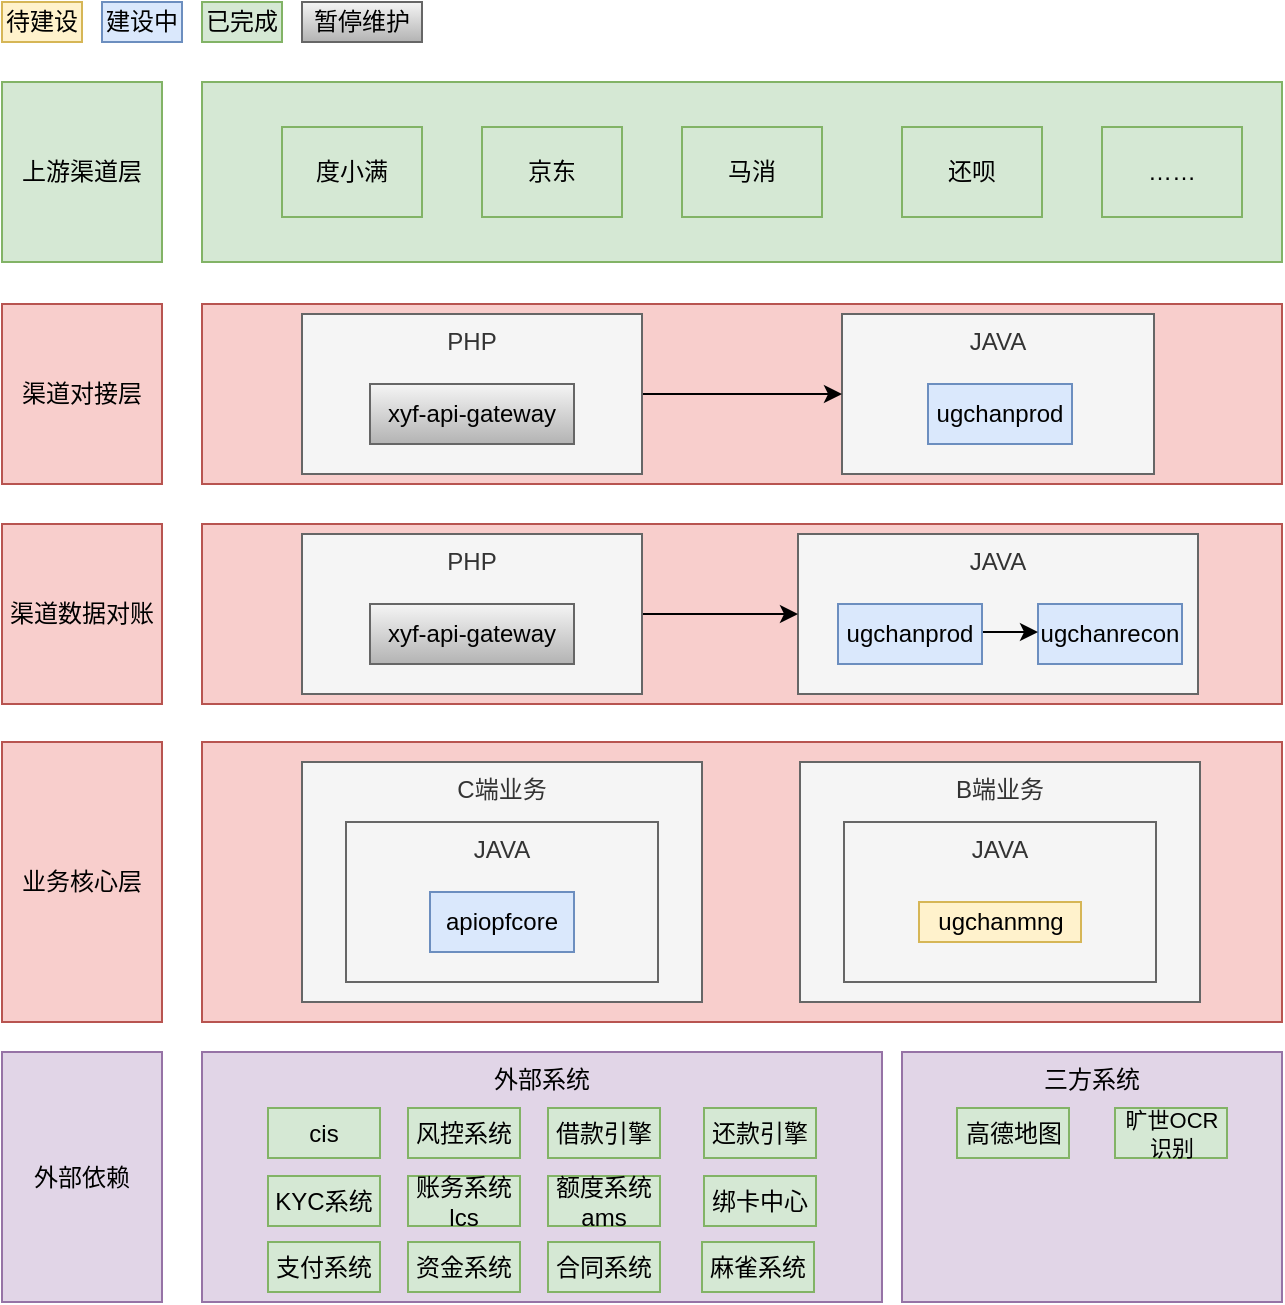
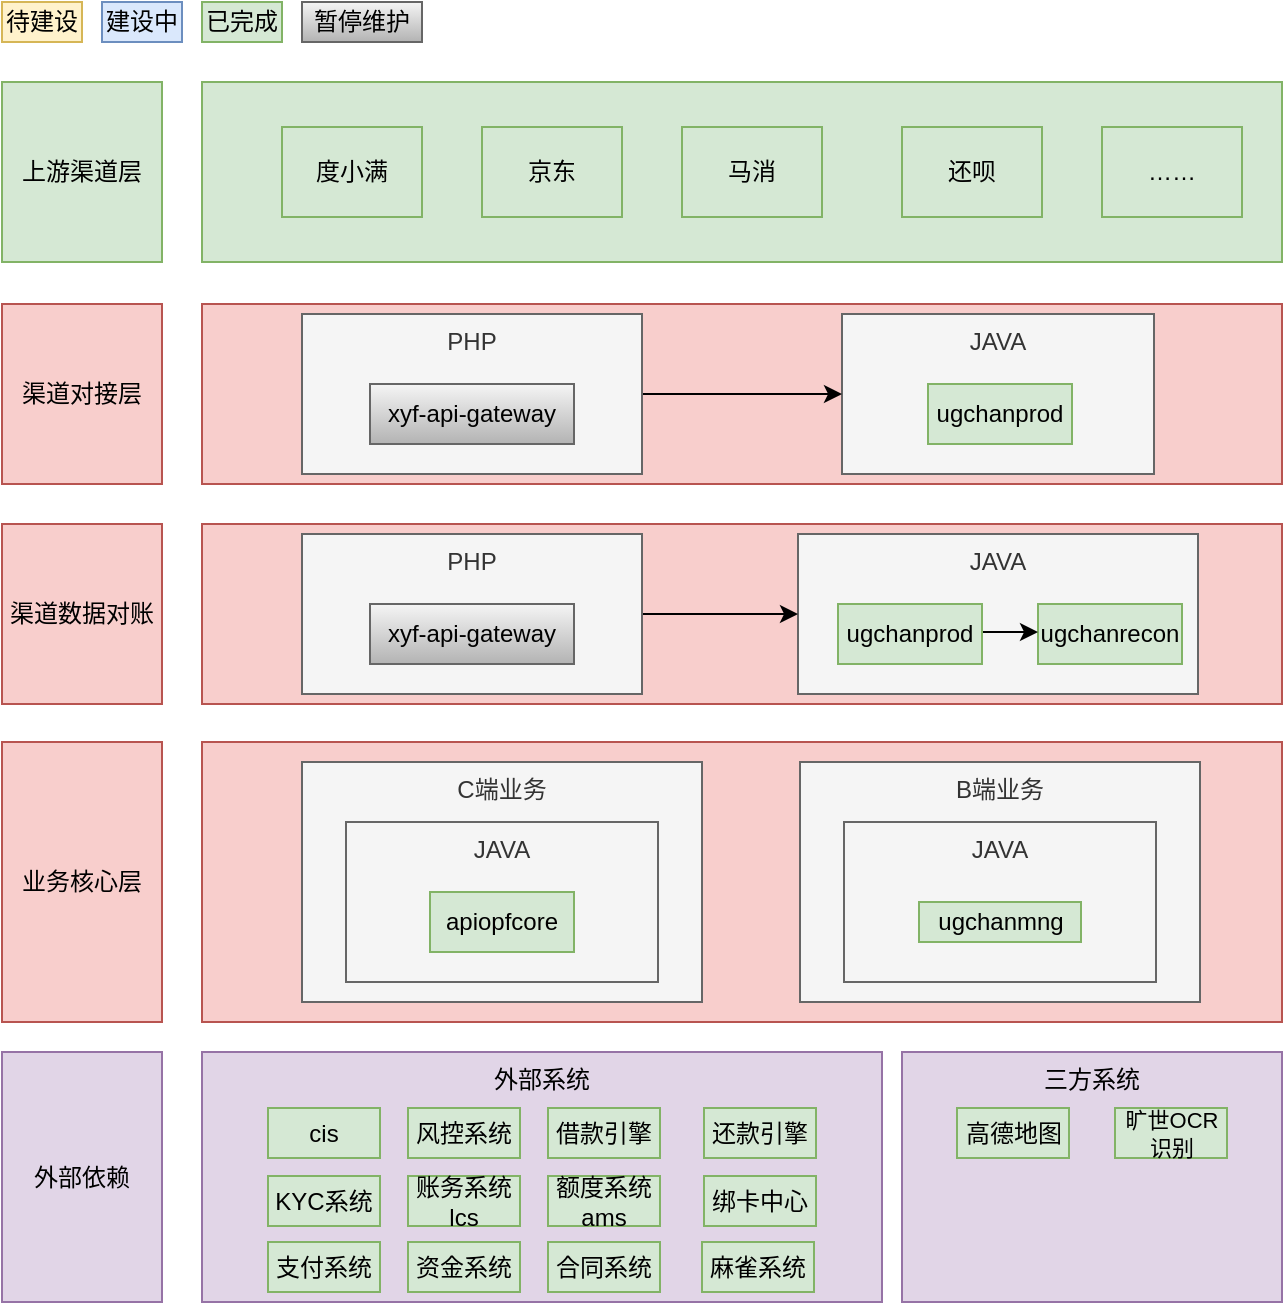
<mxfile host="app.diagrams.net" agent="Mozilla/5.0 (Macintosh; Intel Mac OS X 10_15_7) AppleWebKit/537.36 (KHTML, like Gecko) Chrome/131.0.0.0 Safari/537.36 Edg/131.0.0.0">
  <diagram id="prtHgNgQTEPvFCAcTncT" name="Page-1">
    <mxGraphModel dx="1713" dy="1105" grid="1" gridSize="10" guides="1" tooltips="1" connect="1" arrows="1" fold="1" page="1" pageScale="1" pageWidth="827" pageHeight="1169" math="0" shadow="0">
      <root>
        <mxCell id="0" />
        <mxCell id="1" parent="0" />
        <mxCell id="XHcRj8FyIUyCIuukIsDU-2" parent="1" style="rounded=0;whiteSpace=wrap;html=1;labelBackgroundColor=none;fillColor=#d5e8d4;strokeColor=#82b366;" value="上游渠道层" vertex="1">
          <mxGeometry height="90" width="80" x="70" y="100" as="geometry" />
        </mxCell>
        <mxCell id="XHcRj8FyIUyCIuukIsDU-3" parent="1" style="rounded=0;whiteSpace=wrap;html=1;labelBackgroundColor=none;fillColor=#d5e8d4;strokeColor=#82b366;" value="" vertex="1">
          <mxGeometry height="90" width="540" x="170" y="100" as="geometry" />
        </mxCell>
        <mxCell id="XHcRj8FyIUyCIuukIsDU-4" parent="1" style="rounded=0;whiteSpace=wrap;html=1;labelBackgroundColor=none;fillColor=#d5e8d4;strokeColor=#82b366;" value="度小满" vertex="1">
          <mxGeometry height="45" width="70" x="210" y="122.5" as="geometry" />
        </mxCell>
        <mxCell id="XHcRj8FyIUyCIuukIsDU-5" parent="1" style="rounded=0;whiteSpace=wrap;html=1;labelBackgroundColor=none;fillColor=#d5e8d4;strokeColor=#82b366;" value="京东" vertex="1">
          <mxGeometry height="45" width="70" x="310" y="122.5" as="geometry" />
        </mxCell>
        <mxCell id="XHcRj8FyIUyCIuukIsDU-6" parent="1" style="rounded=0;whiteSpace=wrap;html=1;labelBackgroundColor=none;fillColor=#d5e8d4;strokeColor=#82b366;" value="马消" vertex="1">
          <mxGeometry height="45" width="70" x="410" y="122.5" as="geometry" />
        </mxCell>
        <mxCell id="XHcRj8FyIUyCIuukIsDU-7" parent="1" style="rounded=0;whiteSpace=wrap;html=1;labelBackgroundColor=none;fillColor=#d5e8d4;strokeColor=#82b366;" value="还呗" vertex="1">
          <mxGeometry height="45" width="70" x="520" y="122.5" as="geometry" />
        </mxCell>
        <mxCell id="XHcRj8FyIUyCIuukIsDU-8" parent="1" style="rounded=0;whiteSpace=wrap;html=1;labelBackgroundColor=none;fillColor=#d5e8d4;strokeColor=#82b366;" value="……" vertex="1">
          <mxGeometry height="45" width="70" x="620" y="122.5" as="geometry" />
        </mxCell>
        <mxCell id="XHcRj8FyIUyCIuukIsDU-9" parent="1" style="rounded=0;whiteSpace=wrap;html=1;labelBackgroundColor=none;fillColor=#f8cecc;strokeColor=#b85450;" value="渠道对接层" vertex="1">
          <mxGeometry height="90" width="80" x="70" y="211" as="geometry" />
        </mxCell>
        <mxCell id="XHcRj8FyIUyCIuukIsDU-10" parent="1" style="rounded=0;whiteSpace=wrap;html=1;labelBackgroundColor=none;fillColor=#f8cecc;strokeColor=#b85450;" value="" vertex="1">
          <mxGeometry height="90" width="540" x="170" y="211" as="geometry" />
        </mxCell>
        <mxCell id="XHcRj8FyIUyCIuukIsDU-11" parent="1" style="rounded=0;whiteSpace=wrap;html=1;verticalAlign=top;labelBackgroundColor=none;fillColor=#f5f5f5;fontColor=#333333;strokeColor=#666666;" value="JAVA" vertex="1">
          <mxGeometry height="80" width="156" x="490" y="216" as="geometry" />
        </mxCell>
-         <mxCell id="XHcRj8FyIUyCIuukIsDU-12" parent="1" style="text;html=1;align=center;verticalAlign=middle;whiteSpace=wrap;rounded=0;labelBackgroundColor=none;fillColor=#dae8fc;strokeColor=#6c8ebf;" value="ugchanprod" vertex="1">
+         <mxCell id="XHcRj8FyIUyCIuukIsDU-12" parent="1" style="text;html=1;align=center;verticalAlign=middle;whiteSpace=wrap;rounded=0;labelBackgroundColor=none;fillColor=#d5e8d4;strokeColor=#82b366;" value="ugchanprod" vertex="1">
          <mxGeometry height="30" width="72" x="533" y="251" as="geometry" />
        </mxCell>
        <mxCell id="XHcRj8FyIUyCIuukIsDU-21" edge="1" parent="1" source="XHcRj8FyIUyCIuukIsDU-13" style="edgeStyle=orthogonalEdgeStyle;rounded=0;orthogonalLoop=1;jettySize=auto;html=1;" target="XHcRj8FyIUyCIuukIsDU-11">
          <mxGeometry relative="1" as="geometry" />
        </mxCell>
        <mxCell id="XHcRj8FyIUyCIuukIsDU-13" parent="1" style="rounded=0;whiteSpace=wrap;html=1;verticalAlign=top;labelBackgroundColor=none;fillColor=#f5f5f5;fontColor=#333333;strokeColor=#666666;" value="PHP" vertex="1">
          <mxGeometry height="80" width="170" x="220" y="216" as="geometry" />
        </mxCell>
        <mxCell id="XHcRj8FyIUyCIuukIsDU-14" parent="1" style="text;html=1;align=center;verticalAlign=middle;whiteSpace=wrap;rounded=0;labelBackgroundColor=none;fillColor=#f5f5f5;gradientColor=#b3b3b3;strokeColor=#666666;" value="xyf-api-gateway" vertex="1">
          <mxGeometry height="30" width="102" x="254" y="251" as="geometry" />
        </mxCell>
        <mxCell id="XHcRj8FyIUyCIuukIsDU-15" parent="1" style="rounded=0;whiteSpace=wrap;html=1;fillColor=#fff2cc;strokeColor=#d6b656;" value="待建设" vertex="1">
          <mxGeometry height="20" width="40" x="70" y="60" as="geometry" />
        </mxCell>
        <mxCell id="XHcRj8FyIUyCIuukIsDU-16" parent="1" style="rounded=0;whiteSpace=wrap;html=1;fillColor=#dae8fc;strokeColor=#6c8ebf;" value="建设中" vertex="1">
          <mxGeometry height="20" width="40" x="120" y="60" as="geometry" />
        </mxCell>
        <mxCell id="XHcRj8FyIUyCIuukIsDU-17" parent="1" style="rounded=0;whiteSpace=wrap;html=1;fillColor=#d5e8d4;strokeColor=#82b366;" value="已完成" vertex="1">
          <mxGeometry height="20" width="40" x="170" y="60" as="geometry" />
        </mxCell>
        <mxCell id="XHcRj8FyIUyCIuukIsDU-18" parent="1" style="rounded=0;whiteSpace=wrap;html=1;fillColor=#f5f5f5;strokeColor=#666666;gradientColor=#b3b3b3;" value="暂停维护" vertex="1">
          <mxGeometry height="20" width="60" x="220" y="60" as="geometry" />
        </mxCell>
        <mxCell id="v9PM_FaOoYrTA3S6MkpD-1" parent="1" style="rounded=0;whiteSpace=wrap;html=1;labelBackgroundColor=none;fillColor=#f8cecc;strokeColor=#b85450;" value="渠道数据对账" vertex="1">
          <mxGeometry height="90" width="80" x="70" y="321" as="geometry" />
        </mxCell>
        <mxCell id="v9PM_FaOoYrTA3S6MkpD-2" parent="1" style="rounded=0;whiteSpace=wrap;html=1;labelBackgroundColor=none;fillColor=#f8cecc;strokeColor=#b85450;" value="" vertex="1">
          <mxGeometry height="90" width="540" x="170" y="321" as="geometry" />
        </mxCell>
        <mxCell id="v9PM_FaOoYrTA3S6MkpD-3" parent="1" style="rounded=0;whiteSpace=wrap;html=1;verticalAlign=top;labelBackgroundColor=none;fillColor=#f5f5f5;fontColor=#333333;strokeColor=#666666;" value="JAVA" vertex="1">
          <mxGeometry height="80" width="200" x="468" y="326" as="geometry" />
        </mxCell>
-         <mxCell id="v9PM_FaOoYrTA3S6MkpD-4" parent="1" style="text;html=1;align=center;verticalAlign=middle;whiteSpace=wrap;rounded=0;labelBackgroundColor=none;fillColor=#dae8fc;strokeColor=#6c8ebf;" value="ugchanrecon" vertex="1">
+         <mxCell id="v9PM_FaOoYrTA3S6MkpD-4" parent="1" style="text;html=1;align=center;verticalAlign=middle;whiteSpace=wrap;rounded=0;labelBackgroundColor=none;fillColor=#d5e8d4;strokeColor=#82b366;" value="ugchanrecon" vertex="1">
          <mxGeometry height="30" width="72" x="588" y="361" as="geometry" />
        </mxCell>
        <mxCell id="v9PM_FaOoYrTA3S6MkpD-5" edge="1" parent="1" source="v9PM_FaOoYrTA3S6MkpD-6" style="edgeStyle=orthogonalEdgeStyle;rounded=0;orthogonalLoop=1;jettySize=auto;html=1;" target="v9PM_FaOoYrTA3S6MkpD-3">
          <mxGeometry relative="1" as="geometry" />
        </mxCell>
        <mxCell id="v9PM_FaOoYrTA3S6MkpD-6" parent="1" style="rounded=0;whiteSpace=wrap;html=1;verticalAlign=top;labelBackgroundColor=none;fillColor=#f5f5f5;fontColor=#333333;strokeColor=#666666;" value="PHP" vertex="1">
          <mxGeometry height="80" width="170" x="220" y="326" as="geometry" />
        </mxCell>
        <mxCell id="v9PM_FaOoYrTA3S6MkpD-7" parent="1" style="text;html=1;align=center;verticalAlign=middle;whiteSpace=wrap;rounded=0;labelBackgroundColor=none;fillColor=#f5f5f5;gradientColor=#b3b3b3;strokeColor=#666666;" value="xyf-api-gateway" vertex="1">
          <mxGeometry height="30" width="102" x="254" y="361" as="geometry" />
        </mxCell>
        <mxCell id="v9PM_FaOoYrTA3S6MkpD-10" edge="1" parent="1" style="edgeStyle=orthogonalEdgeStyle;rounded=0;orthogonalLoop=1;jettySize=auto;html=1;entryX=0;entryY=0.5;entryDx=0;entryDy=0;">
          <mxGeometry relative="1" as="geometry">
            <mxPoint x="559.9999999999991" y="375" as="sourcePoint" />
            <mxPoint x="588" y="375" as="targetPoint" />
          </mxGeometry>
        </mxCell>
-         <mxCell id="v9PM_FaOoYrTA3S6MkpD-8" parent="1" style="text;html=1;align=center;verticalAlign=middle;whiteSpace=wrap;rounded=0;labelBackgroundColor=none;fillColor=#dae8fc;strokeColor=#6c8ebf;" value="ugchanprod" vertex="1">
+         <mxCell id="v9PM_FaOoYrTA3S6MkpD-8" parent="1" style="text;html=1;align=center;verticalAlign=middle;whiteSpace=wrap;rounded=0;labelBackgroundColor=none;fillColor=#d5e8d4;strokeColor=#82b366;" value="ugchanprod" vertex="1">
          <mxGeometry height="30" width="72" x="488" y="361" as="geometry" />
        </mxCell>
        <mxCell id="v9PM_FaOoYrTA3S6MkpD-11" parent="1" style="rounded=0;whiteSpace=wrap;html=1;labelBackgroundColor=none;fillColor=#f8cecc;strokeColor=#b85450;" value="业务核心层" vertex="1">
          <mxGeometry height="140" width="80" x="70" y="430" as="geometry" />
        </mxCell>
        <mxCell id="v9PM_FaOoYrTA3S6MkpD-12" parent="1" style="rounded=0;whiteSpace=wrap;html=1;labelBackgroundColor=none;fillColor=#f8cecc;strokeColor=#b85450;" value="" vertex="1">
          <mxGeometry height="140" width="540" x="170" y="430" as="geometry" />
        </mxCell>
        <mxCell id="v9PM_FaOoYrTA3S6MkpD-13" parent="1" style="rounded=0;whiteSpace=wrap;html=1;verticalAlign=top;labelBackgroundColor=none;fillColor=#f5f5f5;fontColor=#333333;strokeColor=#666666;" value="C端业务" vertex="1">
          <mxGeometry height="120" width="200" x="220" y="440" as="geometry" />
        </mxCell>
        <mxCell id="v9PM_FaOoYrTA3S6MkpD-14" parent="1" style="rounded=0;whiteSpace=wrap;html=1;labelBackgroundColor=none;fillColor=#e1d5e7;strokeColor=#9673a6;" value="外部依赖" vertex="1">
          <mxGeometry height="125" width="80" x="70" y="585" as="geometry" />
        </mxCell>
        <mxCell id="v9PM_FaOoYrTA3S6MkpD-15" parent="1" style="rounded=0;whiteSpace=wrap;html=1;verticalAlign=top;labelBackgroundColor=none;fillColor=#f5f5f5;fontColor=#333333;strokeColor=#666666;" value="B端业务" vertex="1">
          <mxGeometry height="120" width="200" x="469" y="440" as="geometry" />
        </mxCell>
        <mxCell id="v9PM_FaOoYrTA3S6MkpD-16" parent="1" style="rounded=0;whiteSpace=wrap;html=1;verticalAlign=top;labelBackgroundColor=none;fillColor=#f5f5f5;fontColor=#333333;strokeColor=#666666;" value="JAVA" vertex="1">
          <mxGeometry height="80" width="156" x="491" y="470" as="geometry" />
        </mxCell>
-         <mxCell id="v9PM_FaOoYrTA3S6MkpD-18" parent="1" style="rounded=0;whiteSpace=wrap;html=1;fillColor=#fff2cc;strokeColor=#d6b656;" value="ugchanmng" vertex="1">
+         <mxCell id="v9PM_FaOoYrTA3S6MkpD-18" parent="1" style="rounded=0;whiteSpace=wrap;html=1;fillColor=#d5e8d4;strokeColor=#82b366;" value="ugchanmng" vertex="1">
          <mxGeometry height="20" width="81" x="528.5" y="510" as="geometry" />
        </mxCell>
        <mxCell id="v9PM_FaOoYrTA3S6MkpD-19" parent="1" style="rounded=0;whiteSpace=wrap;html=1;verticalAlign=top;labelBackgroundColor=none;fillColor=#f5f5f5;fontColor=#333333;strokeColor=#666666;" value="JAVA" vertex="1">
          <mxGeometry height="80" width="156" x="242" y="470" as="geometry" />
        </mxCell>
-         <mxCell id="v9PM_FaOoYrTA3S6MkpD-20" parent="1" style="text;html=1;align=center;verticalAlign=middle;whiteSpace=wrap;rounded=0;labelBackgroundColor=none;fillColor=#dae8fc;strokeColor=#6c8ebf;" value="apiopfcore" vertex="1">
+         <mxCell id="v9PM_FaOoYrTA3S6MkpD-20" parent="1" style="text;html=1;align=center;verticalAlign=middle;whiteSpace=wrap;rounded=0;labelBackgroundColor=none;fillColor=#d5e8d4;strokeColor=#82b366;" value="apiopfcore" vertex="1">
          <mxGeometry height="30" width="72" x="284" y="505" as="geometry" />
        </mxCell>
        <mxCell id="v9PM_FaOoYrTA3S6MkpD-21" parent="1" style="rounded=0;whiteSpace=wrap;html=1;labelBackgroundColor=none;fillColor=#e1d5e7;strokeColor=#9673a6;verticalAlign=top;" value="外部系统" vertex="1">
          <mxGeometry height="125" width="340" x="170" y="585" as="geometry" />
        </mxCell>
        <mxCell id="v9PM_FaOoYrTA3S6MkpD-22" parent="1" style="rounded=0;whiteSpace=wrap;html=1;labelBackgroundColor=none;fillColor=#d5e8d4;strokeColor=#82b366;" value="cis" vertex="1">
          <mxGeometry height="25" width="56" x="203" y="613" as="geometry" />
        </mxCell>
        <mxCell id="v9PM_FaOoYrTA3S6MkpD-23" parent="1" style="rounded=0;whiteSpace=wrap;html=1;labelBackgroundColor=none;fillColor=#d5e8d4;strokeColor=#82b366;" value="风控系统" vertex="1">
          <mxGeometry height="25" width="56" x="273" y="613" as="geometry" />
        </mxCell>
        <mxCell id="v9PM_FaOoYrTA3S6MkpD-24" parent="1" style="rounded=0;whiteSpace=wrap;html=1;labelBackgroundColor=none;fillColor=#e1d5e7;strokeColor=#9673a6;verticalAlign=top;" value="三方系统" vertex="1">
          <mxGeometry height="125" width="190" x="520" y="585" as="geometry" />
        </mxCell>
        <mxCell id="v9PM_FaOoYrTA3S6MkpD-25" parent="1" style="rounded=0;whiteSpace=wrap;html=1;labelBackgroundColor=none;fillColor=#d5e8d4;strokeColor=#82b366;" value="借款引擎" vertex="1">
          <mxGeometry height="25" width="56" x="343" y="613" as="geometry" />
        </mxCell>
        <mxCell id="v9PM_FaOoYrTA3S6MkpD-26" parent="1" style="rounded=0;whiteSpace=wrap;html=1;labelBackgroundColor=none;fillColor=#d5e8d4;strokeColor=#82b366;" value="KYC系统" vertex="1">
          <mxGeometry height="25" width="56" x="203" y="647" as="geometry" />
        </mxCell>
        <mxCell id="v9PM_FaOoYrTA3S6MkpD-27" parent="1" style="rounded=0;whiteSpace=wrap;html=1;labelBackgroundColor=none;fillColor=#d5e8d4;strokeColor=#82b366;" value="还款引擎" vertex="1">
          <mxGeometry height="25" width="56" x="421" y="613" as="geometry" />
        </mxCell>
        <mxCell id="v9PM_FaOoYrTA3S6MkpD-28" parent="1" style="rounded=0;whiteSpace=wrap;html=1;labelBackgroundColor=none;fillColor=#d5e8d4;strokeColor=#82b366;" value="账务系统lcs" vertex="1">
          <mxGeometry height="25" width="56" x="273" y="647" as="geometry" />
        </mxCell>
        <mxCell id="v9PM_FaOoYrTA3S6MkpD-29" parent="1" style="rounded=0;whiteSpace=wrap;html=1;labelBackgroundColor=none;fillColor=#d5e8d4;strokeColor=#82b366;" value="额度系统ams" vertex="1">
          <mxGeometry height="25" width="56" x="343" y="647" as="geometry" />
        </mxCell>
        <mxCell id="v9PM_FaOoYrTA3S6MkpD-30" parent="1" style="rounded=0;whiteSpace=wrap;html=1;labelBackgroundColor=none;fillColor=#d5e8d4;strokeColor=#82b366;" value="绑卡中心" vertex="1">
          <mxGeometry height="25" width="56" x="421" y="647" as="geometry" />
        </mxCell>
        <mxCell id="v9PM_FaOoYrTA3S6MkpD-31" parent="1" style="rounded=0;whiteSpace=wrap;html=1;labelBackgroundColor=none;fillColor=#d5e8d4;strokeColor=#82b366;" value="支付系统" vertex="1">
          <mxGeometry height="25" width="56" x="203" y="680" as="geometry" />
        </mxCell>
        <mxCell id="v9PM_FaOoYrTA3S6MkpD-32" parent="1" style="rounded=0;whiteSpace=wrap;html=1;labelBackgroundColor=none;fillColor=#d5e8d4;strokeColor=#82b366;" value="资金系统" vertex="1">
          <mxGeometry height="25" width="56" x="273" y="680" as="geometry" />
        </mxCell>
        <mxCell id="v9PM_FaOoYrTA3S6MkpD-33" parent="1" style="rounded=0;whiteSpace=wrap;html=1;labelBackgroundColor=none;fillColor=#d5e8d4;strokeColor=#82b366;" value="合同系统" vertex="1">
          <mxGeometry height="25" width="56" x="343" y="680" as="geometry" />
        </mxCell>
        <mxCell id="v9PM_FaOoYrTA3S6MkpD-34" parent="1" style="rounded=0;whiteSpace=wrap;html=1;labelBackgroundColor=none;fillColor=#d5e8d4;strokeColor=#82b366;" value="麻雀系统" vertex="1">
          <mxGeometry height="25" width="56" x="420" y="680" as="geometry" />
        </mxCell>
        <mxCell id="v9PM_FaOoYrTA3S6MkpD-35" parent="1" style="rounded=0;whiteSpace=wrap;html=1;labelBackgroundColor=none;fillColor=#d5e8d4;strokeColor=#82b366;" value="高德地图" vertex="1">
          <mxGeometry height="25" width="56" x="547.5" y="613" as="geometry" />
        </mxCell>
        <mxCell id="v9PM_FaOoYrTA3S6MkpD-36" parent="1" style="rounded=0;whiteSpace=wrap;html=1;labelBackgroundColor=none;fillColor=#d5e8d4;strokeColor=#82b366;fontSize=11;" value="旷世OCR识别" vertex="1">
          <mxGeometry height="25" width="56" x="626.5" y="613" as="geometry" />
        </mxCell>
      </root>
    </mxGraphModel>
  </diagram>
</mxfile>
